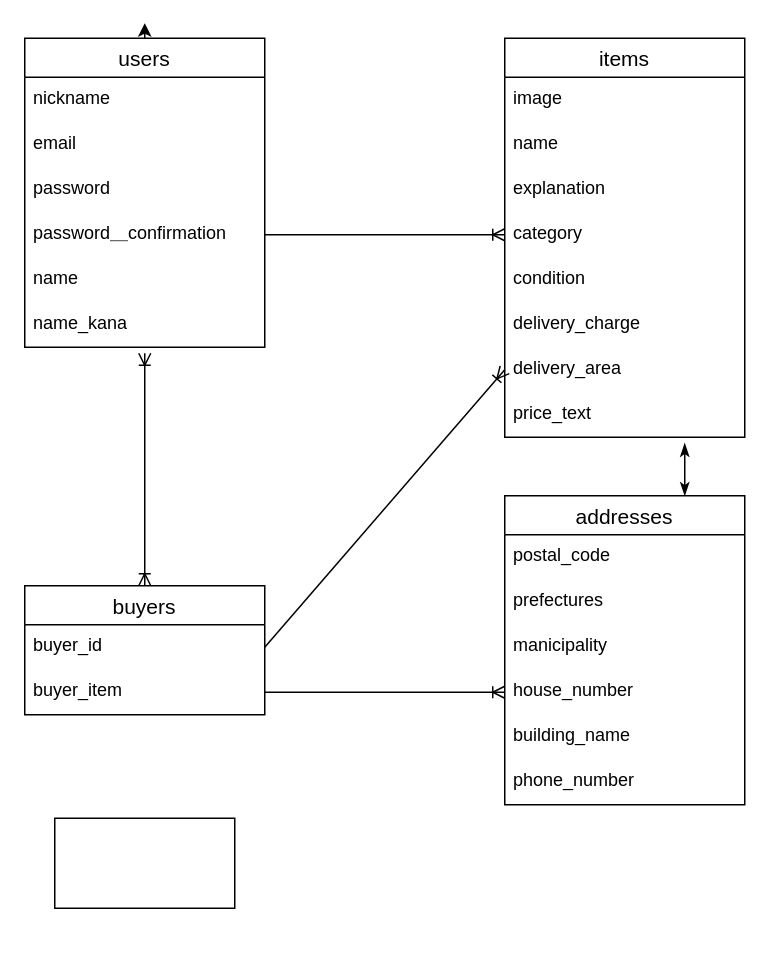
Earlier version of the draw.io diagram test.dio (taka1ad/furima-36022). Source tidied: cells renumbered, new cells numbered last; positions are measured from the earlier drawing's top-left corner, leaving out a move shared by most shapes. Both pictures are drawn from the tidied source at 150%, with x=0, y=0 at pixel (24, 22).
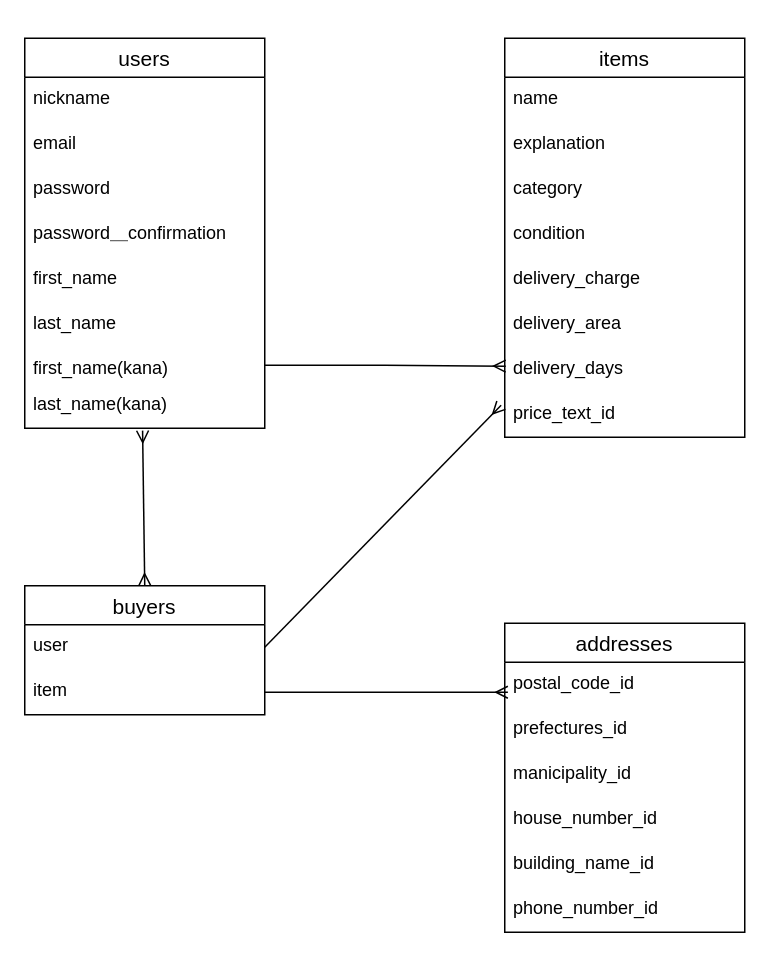
The same diagram, later.

The change refers to these unchanged cells:
```xml
<mxCell id="10" value="items" style="swimlane;fontStyle=0;horizontal=1;startSize=26;align=center;fontSize=14;" parent="1" vertex="1">
  <mxGeometry x="320" y="10" width="160" height="266" as="geometry" />
</mxCell>
<mxCell id="24" value="password＿confirmation" style="text;strokeColor=none;fillColor=none;spacingLeft=4;spacingRight=4;overflow=hidden;points=[[0,0.5],[1,0.5]];portConstraint=eastwest;fontSize=12;" parent="20" vertex="1">
  <mxGeometry y="116" width="160" height="30" as="geometry" />
</mxCell>
<mxCell id="28" value="buyers" style="swimlane;fontStyle=0;horizontal=1;startSize=26;align=center;fontSize=14;" parent="1" vertex="1">
  <mxGeometry y="375" width="160" height="86" as="geometry" />
</mxCell>
```

The edit, as a diff of the source:
```diff
@@
-    <mxCell id="2" style="edgeStyle=none;rounded=0;jettySize=auto;html=1;exitX=0.75;exitY=0;exitDx=0;exitDy=0;startArrow=classicThin;startFill=1;endArrow=classicThin;endFill=1;" parent="1" edge="1" source="3">
-      <mxGeometry relative="1" as="geometry">
-        <mxPoint x="440" y="280" as="targetPoint" />
-      </mxGeometry>
-    </mxCell>
     <mxCell id="3" value="addresses" style="swimlane;fontStyle=0;horizontal=1;startSize=26;align=center;fontSize=14;" parent="1" vertex="1">
-      <mxGeometry x="320" y="315" width="160" height="206" as="geometry" />
+      <mxGeometry x="320" y="400" width="160" height="206" as="geometry" />
     </mxCell>
-    <mxCell id="4" value="postal_code" style="text;strokeColor=none;fillColor=none;spacingLeft=4;spacingRight=4;overflow=hidden;points=[[0,0.5],[1,0.5]];portConstraint=eastwest;fontSize=12;" parent="3" vertex="1">
+    <mxCell id="4" value="postal_code_id" style="text;strokeColor=none;fillColor=none;spacingLeft=4;spacingRight=4;overflow=hidden;points=[[0,0.5],[1,0.5]];portConstraint=eastwest;fontSize=12;" parent="3" vertex="1">
       <mxGeometry y="26" width="160" height="30" as="geometry" />
     </mxCell>
-    <mxCell id="5" value="prefectures" style="text;strokeColor=none;fillColor=none;spacingLeft=4;spacingRight=4;overflow=hidden;fontSize=12;" parent="3" vertex="1">
+    <mxCell id="5" value="prefectures_id" style="text;strokeColor=none;fillColor=none;spacingLeft=4;spacingRight=4;overflow=hidden;fontSize=12;" parent="3" vertex="1">
       <mxGeometry y="56" width="160" height="30" as="geometry" />
     </mxCell>
-    <mxCell id="6" value="manicipality" style="text;strokeColor=none;fillColor=none;spacingLeft=4;spacingRight=4;overflow=hidden;fontSize=12;" parent="3" vertex="1">
+    <mxCell id="6" value="manicipality_id" style="text;strokeColor=none;fillColor=none;spacingLeft=4;spacingRight=4;overflow=hidden;fontSize=12;" parent="3" vertex="1">
       <mxGeometry y="86" width="160" height="30" as="geometry" />
     </mxCell>
-    <mxCell id="7" value="house_number" style="text;strokeColor=none;fillColor=none;spacingLeft=4;spacingRight=4;overflow=hidden;points=[[0,0.5],[1,0.5]];portConstraint=eastwest;fontSize=12;" parent="3" vertex="1">
+    <mxCell id="7" value="house_number_id" style="text;strokeColor=none;fillColor=none;spacingLeft=4;spacingRight=4;overflow=hidden;points=[[0,0.5],[1,0.5]];portConstraint=eastwest;fontSize=12;" parent="3" vertex="1">
       <mxGeometry y="116" width="160" height="30" as="geometry" />
     </mxCell>
-    <mxCell id="8" value="building_name" style="text;strokeColor=none;fillColor=none;spacingLeft=4;spacingRight=4;overflow=hidden;fontSize=12;" parent="3" vertex="1">
+    <mxCell id="8" value="building_name_id" style="text;strokeColor=none;fillColor=none;spacingLeft=4;spacingRight=4;overflow=hidden;fontSize=12;" parent="3" vertex="1">
       <mxGeometry y="146" width="160" height="30" as="geometry" />
     </mxCell>
-    <mxCell id="9" value="phone_number" style="text;strokeColor=none;fillColor=none;spacingLeft=4;spacingRight=4;overflow=hidden;fontSize=12;" parent="3" vertex="1">
+    <mxCell id="9" value="phone_number_id" style="text;strokeColor=none;fillColor=none;spacingLeft=4;spacingRight=4;overflow=hidden;fontSize=12;" parent="3" vertex="1">
       <mxGeometry y="176" width="160" height="30" as="geometry" />
     </mxCell>
@@
-    <mxCell id="11" value="image" style="text;strokeColor=none;fillColor=none;spacingLeft=4;spacingRight=4;overflow=hidden;points=[[0,0.5],[1,0.5]];portConstraint=eastwest;fontSize=12;" parent="10" vertex="1">
-      <mxGeometry y="26" width="160" height="30" as="geometry" />
-    </mxCell>
     <mxCell id="12" value="name" style="text;strokeColor=none;fillColor=none;spacingLeft=4;spacingRight=4;overflow=hidden;fontSize=12;" parent="10" vertex="1">
-      <mxGeometry y="56" width="160" height="30" as="geometry" />
+      <mxGeometry y="26" width="160" height="30" as="geometry" />
     </mxCell>
+    <mxCell id="14" value="explanation" style="text;strokeColor=none;fillColor=none;spacingLeft=4;spacingRight=4;overflow=hidden;points=[[0,0.5],[1,0.5]];portConstraint=eastwest;fontSize=12;" parent="10" vertex="1">
+      <mxGeometry y="56" width="160" height="30" as="geometry" />
+    </mxCell>
-    <mxCell id="13" value="explanation" style="text;strokeColor=none;fillColor=none;spacingLeft=4;spacingRight=4;overflow=hidden;fontSize=12;" parent="10" vertex="1">
+    <mxCell id="13" value="category" style="text;strokeColor=none;fillColor=none;spacingLeft=4;spacingRight=4;overflow=hidden;fontSize=12;" parent="10" vertex="1">
       <mxGeometry y="86" width="160" height="30" as="geometry" />
     </mxCell>
-    <mxCell id="14" value="category" style="text;strokeColor=none;fillColor=none;spacingLeft=4;spacingRight=4;overflow=hidden;points=[[0,0.5],[1,0.5]];portConstraint=eastwest;fontSize=12;" parent="10" vertex="1">
-      <mxGeometry y="116" width="160" height="30" as="geometry" />
-    </mxCell>
     <mxCell id="15" value="condition" style="text;strokeColor=none;fillColor=none;spacingLeft=4;spacingRight=4;overflow=hidden;fontSize=12;" parent="10" vertex="1">
-      <mxGeometry y="146" width="160" height="30" as="geometry" />
+      <mxGeometry y="116" width="160" height="30" as="geometry" />
     </mxCell>
     <mxCell id="16" value="delivery_charge" style="text;strokeColor=none;fillColor=none;spacingLeft=4;spacingRight=4;overflow=hidden;fontSize=12;" parent="10" vertex="1">
-      <mxGeometry y="176" width="160" height="30" as="geometry" />
+      <mxGeometry y="146" width="160" height="30" as="geometry" />
     </mxCell>
     <mxCell id="17" value="delivery_area" style="text;strokeColor=none;fillColor=none;spacingLeft=4;spacingRight=4;overflow=hidden;points=[[0,0.5],[1,0.5]];portConstraint=eastwest;fontSize=12;" parent="10" vertex="1">
-      <mxGeometry y="206" width="160" height="30" as="geometry" />
+      <mxGeometry y="176" width="160" height="30" as="geometry" />
     </mxCell>
-    <mxCell id="18" value="price_text" style="text;strokeColor=none;fillColor=none;spacingLeft=4;spacingRight=4;overflow=hidden;points=[[0,0.5],[1,0.5]];portConstraint=eastwest;fontSize=12;" parent="10" vertex="1">
-      <mxGeometry y="236" width="160" height="30" as="geometry" />
+    <mxCell id="18" value="delivery_days" style="text;strokeColor=none;fillColor=none;spacingLeft=4;spacingRight=4;overflow=hidden;points=[[0,0.5],[1,0.5]];portConstraint=eastwest;fontSize=12;" parent="10" vertex="1">
+      <mxGeometry y="206" width="160" height="30" as="geometry" />
     </mxCell>
-    <mxCell id="19" style="edgeStyle=orthogonalEdgeStyle;rounded=0;jettySize=auto;html=1;exitX=0.5;exitY=0;exitDx=0;exitDy=0;" parent="1" edge="1" source="20">
-      <mxGeometry relative="1" as="geometry">
-        <mxPoint x="80" as="targetPoint" />
-      </mxGeometry>
-    </mxCell>
+    <mxCell id="11" value="price_text_id" style="text;strokeColor=none;fillColor=none;spacingLeft=4;spacingRight=4;overflow=hidden;points=[[0,0.5],[1,0.5]];portConstraint=eastwest;fontSize=12;" parent="10" vertex="1">
+      <mxGeometry y="236" width="160" height="30" as="geometry" />
+    </mxCell>
     <mxCell id="20" value="users" style="swimlane;fontStyle=0;horizontal=1;startSize=26;align=center;fontSize=14;" parent="1" vertex="1">
-      <mxGeometry y="10" width="160" height="206" as="geometry" />
+      <mxGeometry y="10" width="160" height="260" as="geometry" />
     </mxCell>
@@
-    <mxCell id="25" value="name" style="text;strokeColor=none;fillColor=none;spacingLeft=4;spacingRight=4;overflow=hidden;fontSize=12;" parent="20" vertex="1">
+    <mxCell id="25" value="first_name" style="text;strokeColor=none;fillColor=none;spacingLeft=4;spacingRight=4;overflow=hidden;fontSize=12;" parent="20" vertex="1">
       <mxGeometry y="146" width="160" height="30" as="geometry" />
     </mxCell>
-    <mxCell id="26" value="name_kana" style="text;strokeColor=none;fillColor=none;spacingLeft=4;spacingRight=4;overflow=hidden;fontSize=12;" parent="20" vertex="1">
+    <mxCell id="26" value="last_name" style="text;strokeColor=none;fillColor=none;spacingLeft=4;spacingRight=4;overflow=hidden;fontSize=12;" parent="20" vertex="1">
       <mxGeometry y="176" width="160" height="30" as="geometry" />
     </mxCell>
-    <mxCell id="27" style="edgeStyle=none;rounded=0;jettySize=auto;html=1;exitX=0.5;exitY=0;exitDx=0;exitDy=0;endArrow=ERoneToMany;endFill=0;startArrow=ERoneToMany;startFill=0;" parent="1" edge="1" source="28">
-      <mxGeometry relative="1" as="geometry">
-        <mxPoint x="80" y="220" as="targetPoint" />
-      </mxGeometry>
-    </mxCell>
+    <mxCell id="34" value="first_name(kana)" style="text;strokeColor=none;fillColor=none;spacingLeft=4;spacingRight=4;overflow=hidden;points=[[0,0.5],[1,0.5]];portConstraint=eastwest;fontSize=12;" parent="20" vertex="1">
+      <mxGeometry y="206" width="160" height="24" as="geometry" />
+    </mxCell>
+    <mxCell id="35" value="last_name(kana)" style="text;strokeColor=none;fillColor=none;spacingLeft=4;spacingRight=4;overflow=hidden;points=[[0,0.5],[1,0.5]];portConstraint=eastwest;fontSize=12;" parent="20" vertex="1">
+      <mxGeometry y="230" width="160" height="30" as="geometry" />
+    </mxCell>
+    <mxCell id="36" style="edgeStyle=none;rounded=0;jettySize=auto;html=1;exitX=0.5;exitY=0;exitDx=0;exitDy=0;entryX=0.491;entryY=1.053;entryDx=0;entryDy=0;entryPerimeter=0;endArrow=ERmany;endFill=0;startArrow=ERmany;startFill=0;" parent="1" edge="1" source="28" target="35">
+      <mxGeometry relative="1" as="geometry" />
+    </mxCell>
@@
-    <mxCell id="29" value="buyer_id" style="text;strokeColor=none;fillColor=none;spacingLeft=4;spacingRight=4;overflow=hidden;points=[[0,0.5],[1,0.5]];portConstraint=eastwest;fontSize=12;" parent="28" vertex="1">
+    <mxCell id="29" value="user" style="text;strokeColor=none;fillColor=none;spacingLeft=4;spacingRight=4;overflow=hidden;points=[[0,0.5],[1,0.5]];portConstraint=eastwest;fontSize=12;" parent="28" vertex="1">
       <mxGeometry y="26" width="160" height="30" as="geometry" />
     </mxCell>
-    <mxCell id="30" value="buyer_item" style="text;strokeColor=none;fillColor=none;spacingLeft=4;spacingRight=4;overflow=hidden;points=[[0,0.5],[1,0.5]];portConstraint=eastwest;fontSize=12;" parent="28" vertex="1">
+    <mxCell id="30" value="item" style="text;strokeColor=none;fillColor=none;spacingLeft=4;spacingRight=4;overflow=hidden;points=[[0,0.5],[1,0.5]];portConstraint=eastwest;fontSize=12;" parent="28" vertex="1">
       <mxGeometry y="56" width="160" height="30" as="geometry" />
     </mxCell>
-    <mxCell id="31" style="edgeStyle=orthogonalEdgeStyle;rounded=0;jettySize=auto;html=1;exitX=1;exitY=0.5;exitDx=0;exitDy=0;entryX=0;entryY=0.5;entryDx=0;entryDy=0;endArrow=ERoneToMany;endFill=0;" parent="1" edge="1" source="24" target="14">
-      <mxGeometry relative="1" as="geometry" />
-    </mxCell>
-    <mxCell id="32" style="edgeStyle=none;rounded=0;jettySize=auto;html=1;exitX=1;exitY=0.5;exitDx=0;exitDy=0;entryX=0;entryY=0.5;entryDx=0;entryDy=0;endArrow=ERoneToMany;endFill=0;" parent="1" edge="1" source="30" target="7">
-      <mxGeometry relative="1" as="geometry" />
-    </mxCell>
-    <mxCell id="33" style="edgeStyle=none;rounded=0;jettySize=auto;html=1;exitX=1;exitY=0.5;exitDx=0;exitDy=0;entryX=0;entryY=0.5;entryDx=0;entryDy=0;endArrow=ERoneToMany;endFill=0;" parent="1" edge="1" source="29" target="17">
-      <mxGeometry relative="1" as="geometry" />
-    </mxCell>
-    <mxCell id="34" style="rounded=0;whiteSpace=wrap;html=1;" parent="1" vertex="1">
-      <mxGeometry x="20" y="530" width="120" height="60" as="geometry" />
-    </mxCell>
+    <mxCell id="37" style="edgeStyle=orthogonalEdgeStyle;rounded=0;jettySize=auto;html=1;exitX=1;exitY=0.5;exitDx=0;exitDy=0;entryX=0.004;entryY=0.42;entryDx=0;entryDy=0;entryPerimeter=0;endArrow=ERmany;endFill=0;" parent="1" edge="1" source="34" target="18">
+      <mxGeometry relative="1" as="geometry" />
+    </mxCell>
+    <mxCell id="38" style="rounded=0;jettySize=auto;html=1;exitX=1;exitY=0.5;exitDx=0;exitDy=0;endArrow=ERmany;endFill=0;entryX=-0.015;entryY=0.287;entryDx=0;entryDy=0;entryPerimeter=0;" parent="1" edge="1" source="29" target="11">
+      <mxGeometry relative="1" as="geometry" />
+    </mxCell>
+    <mxCell id="39" style="edgeStyle=none;rounded=0;jettySize=auto;html=1;exitX=1;exitY=0.5;exitDx=0;exitDy=0;startArrow=none;startFill=0;endArrow=ERmany;endFill=0;entryX=0.013;entryY=0.667;entryDx=0;entryDy=0;entryPerimeter=0;" parent="1" edge="1" source="30" target="4">
+      <mxGeometry relative="1" as="geometry" />
+    </mxCell>
```
